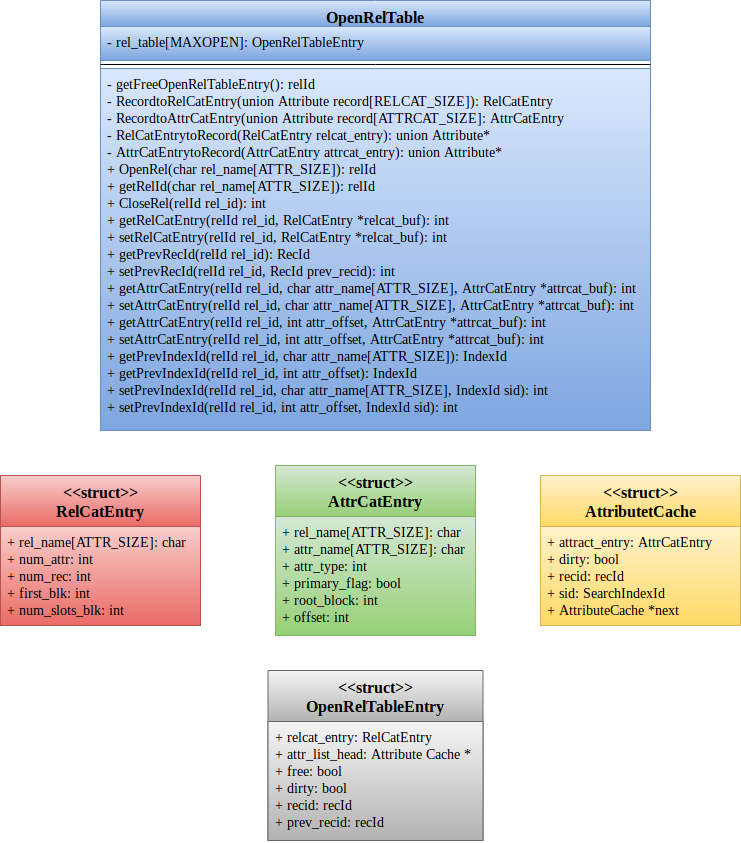
Earlier version of the draw.io export img/cache_class.png (Nitcbase/nitcbase.github.io). Source tidied: cells renumbered, new cells last; positions are measured from the earlier drawing's top-left corner, leaving out a move shared by most shapes.
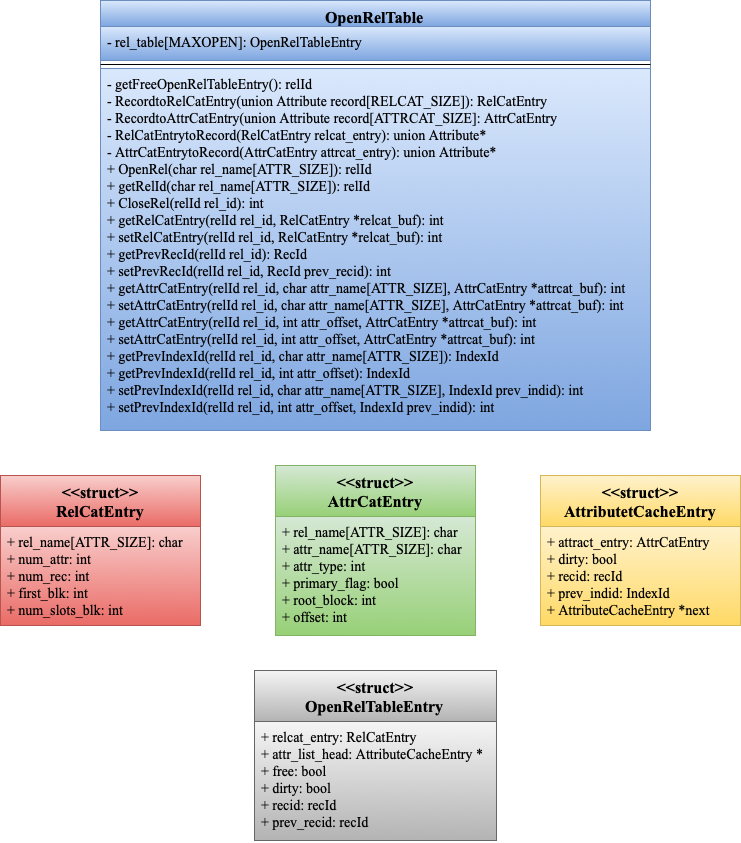
After the change.

Commit message:
Cache class diagram changed

The edit, as a diff of the source:
```diff
@@ -11,7 +11,7 @@
     <mxCell id="4" style="line;strokeWidth=1;fillColor=none;align=left;verticalAlign=middle;spacingTop=-1;spacingLeft=3;spacingRight=3;labelPosition=right;" parent="2" vertex="1">
       <mxGeometry y="60" width="550" height="8" as="geometry" />
     </mxCell>
-    <mxCell id="5" value="- getFreeOpenRelTableEntry(): relId&#10;- RecordtoRelCatEntry(union Attribute record[RELCAT_SIZE]): RelCatEntry&#10;- RecordtoAttrCatEntry(union Attribute record[ATTRCAT_SIZE]: AttrCatEntry&#10;- RelCatEntrytoRecord(RelCatEntry relcat_entry): union Attribute*&#10;- AttrCatEntrytoRecord(AttrCatEntry attrcat_entry): union Attribute*&#10;+ OpenRel(char rel_name[ATTR_SIZE]): relId&#10;+ getRelId(char rel_name[ATTR_SIZE]): relId&#10;+ CloseRel(relId rel_id): int&#10;+ getRelCatEntry(relId rel_id, RelCatEntry *relcat_buf): int&#10;+ setRelCatEntry(relId rel_id, RelCatEntry *relcat_buf): int&#10;+ getPrevRecId(relId rel_id): RecId&#10;+ setPrevRecId(relId rel_id, RecId prev_recid): int&#10;+ getAttrCatEntry(relId rel_id, char attr_name[ATTR_SIZE], AttrCatEntry *attrcat_buf): int&#10;+ setAttrCatEntry(relId rel_id, char attr_name[ATTR_SIZE], AttrCatEntry *attrcat_buf): int&#10;+ getAttrCatEntry(relId rel_id, int attr_offset, AttrCatEntry *attrcat_buf): int&#10;+ setAttrCatEntry(relId rel_id, int attr_offset, AttrCatEntry *attrcat_buf): int&#10;+ getPrevIndexId(relId rel_id, char attr_name[ATTR_SIZE]): IndexId&#10;+ getPrevIndexId(relId rel_id, int attr_offset): IndexId&#10;+ setPrevIndexId(relId rel_id, char attr_name[ATTR_SIZE], IndexId sid): int&#10;+ setPrevIndexId(relId rel_id, int attr_offset, IndexId sid): int&#10;" style="text;strokeColor=#6c8ebf;fillColor=#dae8fc;align=left;verticalAlign=top;spacingLeft=4;spacingRight=4;overflow=hidden;gradientColor=#7ea6e0;fontFamily=Times New Roman;fontSize=14;" parent="2" vertex="1">
+    <mxCell id="5" value="- getFreeOpenRelTableEntry(): relId&#10;- RecordtoRelCatEntry(union Attribute record[RELCAT_SIZE]): RelCatEntry&#10;- RecordtoAttrCatEntry(union Attribute record[ATTRCAT_SIZE]: AttrCatEntry&#10;- RelCatEntrytoRecord(RelCatEntry relcat_entry): union Attribute*&#10;- AttrCatEntrytoRecord(AttrCatEntry attrcat_entry): union Attribute*&#10;+ OpenRel(char rel_name[ATTR_SIZE]): relId&#10;+ getRelId(char rel_name[ATTR_SIZE]): relId&#10;+ CloseRel(relId rel_id): int&#10;+ getRelCatEntry(relId rel_id, RelCatEntry *relcat_buf): int&#10;+ setRelCatEntry(relId rel_id, RelCatEntry *relcat_buf): int&#10;+ getPrevRecId(relId rel_id): RecId&#10;+ setPrevRecId(relId rel_id, RecId prev_recid): int&#10;+ getAttrCatEntry(relId rel_id, char attr_name[ATTR_SIZE], AttrCatEntry *attrcat_buf): int&#10;+ setAttrCatEntry(relId rel_id, char attr_name[ATTR_SIZE], AttrCatEntry *attrcat_buf): int&#10;+ getAttrCatEntry(relId rel_id, int attr_offset, AttrCatEntry *attrcat_buf): int&#10;+ setAttrCatEntry(relId rel_id, int attr_offset, AttrCatEntry *attrcat_buf): int&#10;+ getPrevIndexId(relId rel_id, char attr_name[ATTR_SIZE]): IndexId&#10;+ getPrevIndexId(relId rel_id, int attr_offset): IndexId&#10;+ setPrevIndexId(relId rel_id, char attr_name[ATTR_SIZE], IndexId prev_indid): int&#10;+ setPrevIndexId(relId rel_id, int attr_offset, IndexId prev_indid): int&#10;" style="text;strokeColor=#6c8ebf;fillColor=#dae8fc;align=left;verticalAlign=top;spacingLeft=4;spacingRight=4;overflow=hidden;gradientColor=#7ea6e0;fontFamily=Times New Roman;fontSize=14;" parent="2" vertex="1">
       <mxGeometry y="68" width="550" height="362" as="geometry" />
     </mxCell>
     <mxCell id="6" value="&lt;&lt;struct&gt;&gt;&#10;RelCatEntry&#10;" style="swimlane;fontStyle=1;align=center;verticalAlign=top;horizontal=1;startSize=51;labelBackgroundColor=none;fontFamily=Times New Roman;fontSize=16;fillColor=#f8cecc;strokeColor=#b85450;gradientColor=#ea6b66;" parent="1" vertex="1">
@@ -26,17 +26,17 @@
     <mxCell id="9" value="+ rel_name[ATTR_SIZE]: char&#10;+ attr_name[ATTR_SIZE]: char&#10;+ attr_type: int&#10;+ primary_flag: bool&#10;+ root_block: int&#10;+ offset: int" style="text;strokeColor=#82b366;fillColor=#d5e8d4;align=left;verticalAlign=top;spacingLeft=4;spacingRight=4;overflow=hidden;gradientColor=#97d077;fontFamily=Times New Roman;fontSize=14;" parent="8" vertex="1">
       <mxGeometry y="51" width="200" height="119" as="geometry" />
     </mxCell>
-    <mxCell id="10" value="&lt;&lt;struct&gt;&gt;&#10;AttributetCache&#10;" style="swimlane;fontStyle=1;align=center;verticalAlign=top;horizontal=1;startSize=51;labelBackgroundColor=none;fontFamily=Times New Roman;fontSize=16;fillColor=#fff2cc;strokeColor=#d6b656;gradientColor=#ffd966;" parent="1" vertex="1">
+    <mxCell id="10" value="&lt;&lt;struct&gt;&gt;&#10;AttributetCacheEntry&#10;" style="swimlane;fontStyle=1;align=center;verticalAlign=top;horizontal=1;startSize=51;labelBackgroundColor=none;fontFamily=Times New Roman;fontSize=16;fillColor=#fff2cc;strokeColor=#d6b656;gradientColor=#ffd966;" parent="1" vertex="1">
       <mxGeometry x="540" y="475" width="200" height="150" as="geometry" />
     </mxCell>
-    <mxCell id="11" value="+ attract_entry: AttrCatEntry&#10;+ dirty: bool&#10;+ recid: recId&#10;+ sid: SearchIndexId&#10;+ AttributeCache *next&#10;" style="text;strokeColor=#d6b656;fillColor=#fff2cc;align=left;verticalAlign=top;spacingLeft=4;spacingRight=4;overflow=hidden;gradientColor=#ffd966;fontFamily=Times New Roman;fontSize=14;" parent="10" vertex="1">
+    <mxCell id="11" value="+ attract_entry: AttrCatEntry&#10;+ dirty: bool&#10;+ recid: recId&#10;+ prev_indid: IndexId&#10;+ AttributeCacheEntry *next&#10;" style="text;strokeColor=#d6b656;fillColor=#fff2cc;align=left;verticalAlign=top;spacingLeft=4;spacingRight=4;overflow=hidden;gradientColor=#ffd966;fontFamily=Times New Roman;fontSize=14;" parent="10" vertex="1">
       <mxGeometry y="51" width="200" height="99" as="geometry" />
     </mxCell>
     <mxCell id="12" value="&lt;&lt;struct&gt;&gt;&#10;OpenRelTableEntry&#10;" style="swimlane;fontStyle=1;align=center;verticalAlign=top;horizontal=1;startSize=51;labelBackgroundColor=none;fontFamily=Times New Roman;fontSize=16;fillColor=#f5f5f5;strokeColor=#666666;gradientColor=#b3b3b3;" parent="1" vertex="1">
-      <mxGeometry x="267.5" y="670" width="215" height="170" as="geometry" />
+      <mxGeometry x="254" y="670" width="242" height="170" as="geometry" />
     </mxCell>
-    <mxCell id="13" value="+ relcat_entry: RelCatEntry&#10;+ attr_list_head: Attribute Cache *&#10;+ free: bool&#10;+ dirty: bool&#10;+ recid: recId&#10;+ prev_recid: recId" style="text;strokeColor=#666666;fillColor=#f5f5f5;align=left;verticalAlign=top;spacingLeft=4;spacingRight=4;overflow=hidden;gradientColor=#b3b3b3;fontFamily=Times New Roman;fontSize=14;" parent="12" vertex="1">
-      <mxGeometry y="51" width="215" height="119" as="geometry" />
+    <mxCell id="13" value="+ relcat_entry: RelCatEntry&#10;+ attr_list_head: AttributeCacheEntry *&#10;+ free: bool&#10;+ dirty: bool&#10;+ recid: recId&#10;+ prev_recid: recId" style="text;strokeColor=#666666;fillColor=#f5f5f5;align=left;verticalAlign=top;spacingLeft=4;spacingRight=4;overflow=hidden;gradientColor=#b3b3b3;fontFamily=Times New Roman;fontSize=14;" parent="12" vertex="1">
+      <mxGeometry y="51" width="242" height="119" as="geometry" />
     </mxCell>
   </root>
 </mxGraphModel>
```
